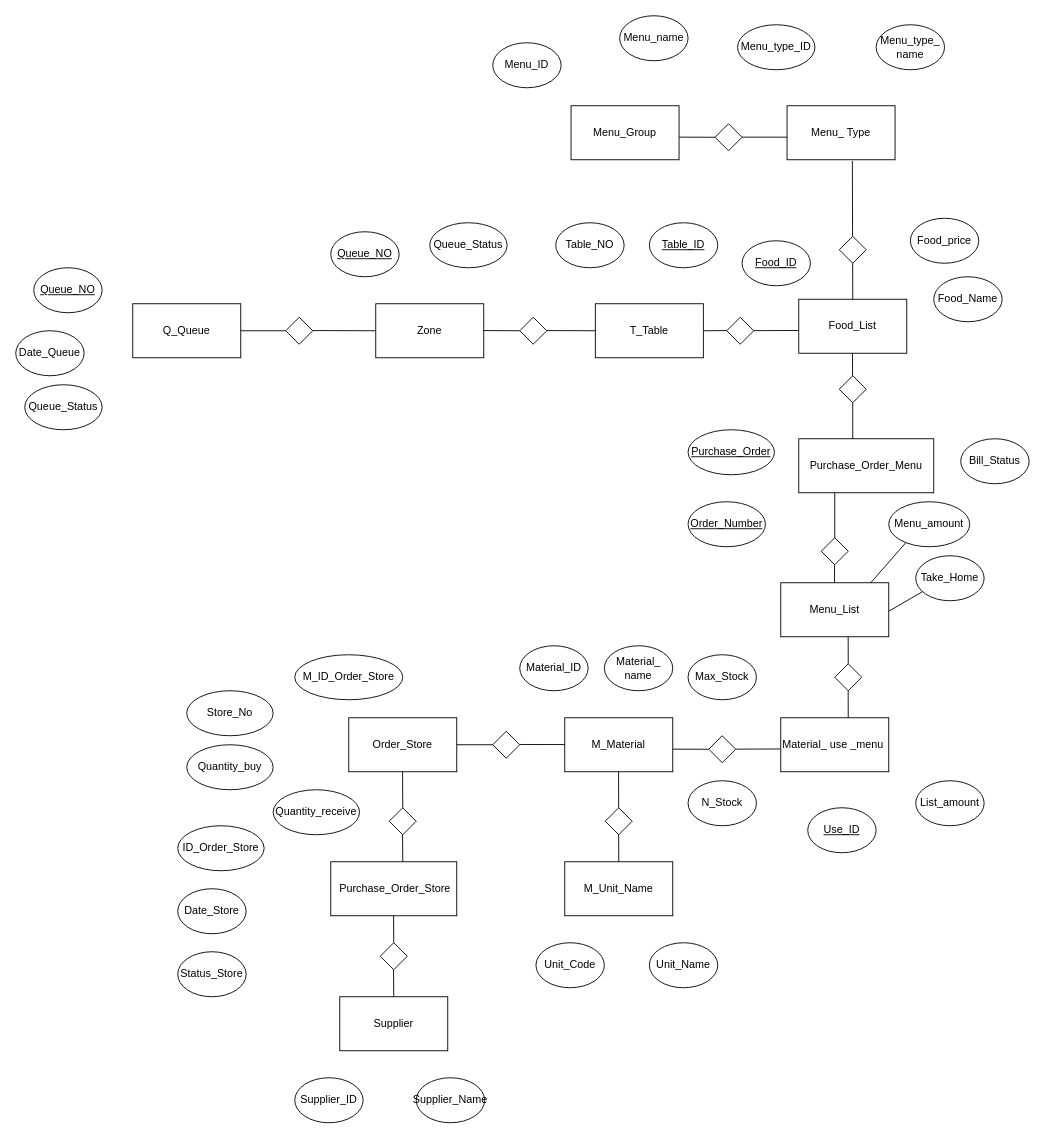
banthitamakjeen/git-workshop keeps this draw.io diagram as ทดสอบ.drawio. Above is the earlier version. Source tidied: cells renumbered, new cells numbered last; positions are measured from the earlier drawing's top-left corner, leaving out a move shared by most shapes. Both pictures are drawn from the tidied source at 90%, with x=0, y=0 at pixel (15, 15).
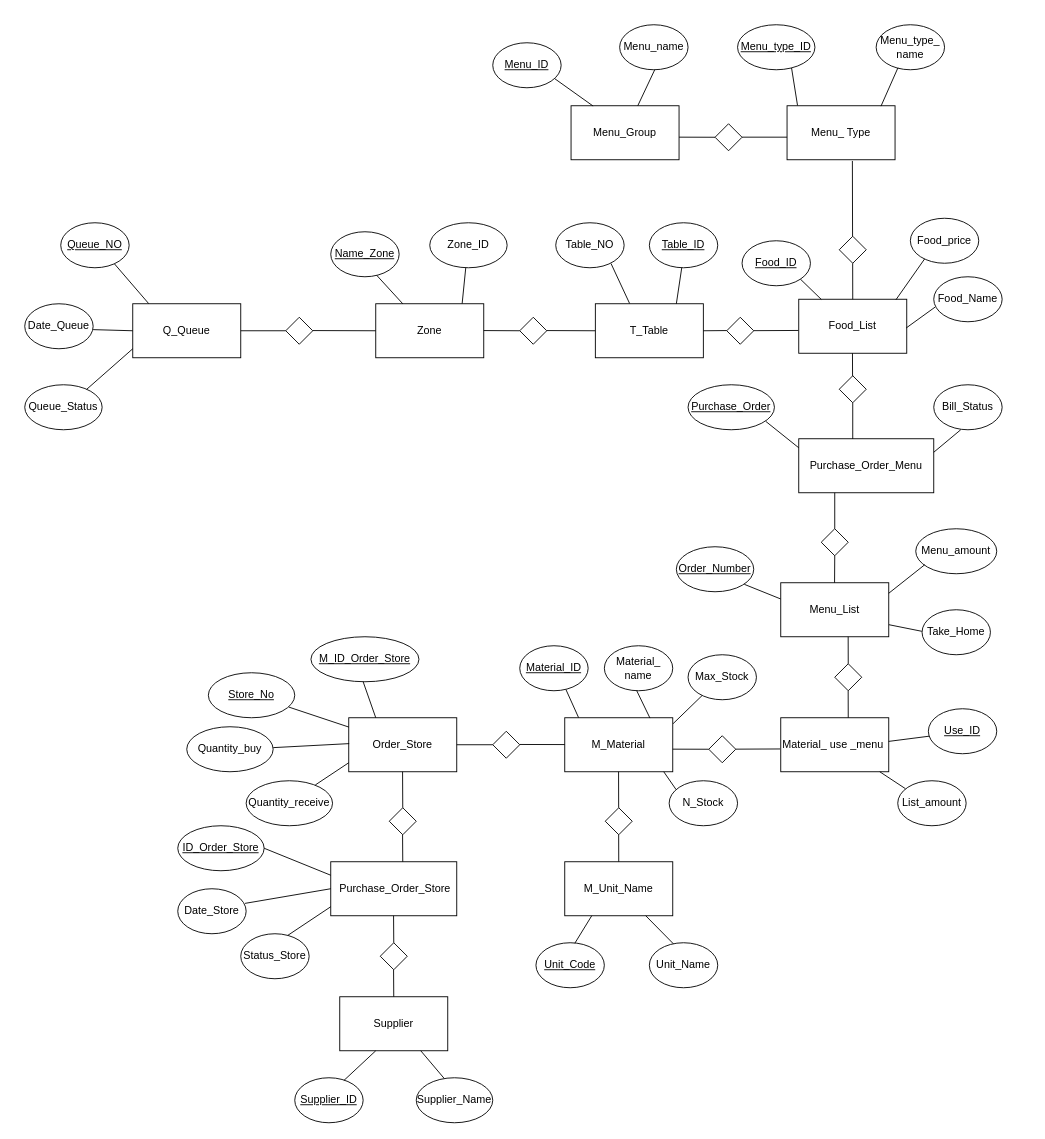
After the change.

Unchanged cells that the change refers to:
```xml
<mxCell id="2" value="Q_Queue" style="rounded=0;whiteSpace=wrap;html=1;" parent="1" vertex="1">
  <mxGeometry x="130" y="320" width="120" height="60" as="geometry" />
</mxCell>
<mxCell id="3" value="T_Table" style="rounded=0;whiteSpace=wrap;html=1;" parent="1" vertex="1">
  <mxGeometry x="644" y="320" width="120" height="60" as="geometry" />
</mxCell>
<mxCell id="4" value="Menu_List" style="rounded=0;whiteSpace=wrap;html=1;" parent="1" vertex="1">
  <mxGeometry x="850" y="630" width="120" height="60" as="geometry" />
</mxCell>
<mxCell id="5" value="Purchase_Order_Menu" style="rounded=0;whiteSpace=wrap;html=1;" parent="1" vertex="1">
  <mxGeometry x="870" y="470" width="150" height="60" as="geometry" />
</mxCell>
<mxCell id="6" value="Food_List" style="rounded=0;whiteSpace=wrap;html=1;" parent="1" vertex="1">
  <mxGeometry x="870" y="315" width="120" height="60" as="geometry" />
</mxCell>
<mxCell id="7" value="Material_ use _menu&amp;nbsp;" style="rounded=0;whiteSpace=wrap;html=1;" parent="1" vertex="1">
  <mxGeometry x="850" y="780" width="120" height="60" as="geometry" />
</mxCell>
<mxCell id="8" value="M_Material" style="rounded=0;whiteSpace=wrap;html=1;" parent="1" vertex="1">
  <mxGeometry x="610" y="780" width="120" height="60" as="geometry" />
</mxCell>
<mxCell id="9" value="Menu_ Type" style="rounded=0;whiteSpace=wrap;html=1;" parent="1" vertex="1">
  <mxGeometry x="857" y="100" width="120" height="60" as="geometry" />
</mxCell>
<mxCell id="10" value="&amp;nbsp;Menu_Group&amp;nbsp;" style="rounded=0;whiteSpace=wrap;html=1;" parent="1" vertex="1">
  <mxGeometry x="617" y="100" width="120" height="60" as="geometry" />
</mxCell>
<mxCell id="12" value="Zone" style="rounded=0;whiteSpace=wrap;html=1;" parent="1" vertex="1">
  <mxGeometry x="400" y="320" width="120" height="60" as="geometry" />
</mxCell>
<mxCell id="13" value="Order_Store" style="rounded=0;whiteSpace=wrap;html=1;" parent="1" vertex="1">
  <mxGeometry x="370" y="780" width="120" height="60" as="geometry" />
</mxCell>
<mxCell id="14" value="&amp;nbsp;Purchase_Order_Store" style="rounded=0;whiteSpace=wrap;html=1;" parent="1" vertex="1">
  <mxGeometry x="350" y="940" width="140" height="60" as="geometry" />
</mxCell>
<mxCell id="15" value="Supplier" style="rounded=0;whiteSpace=wrap;html=1;" parent="1" vertex="1">
  <mxGeometry x="360" y="1090" width="120" height="60" as="geometry" />
</mxCell>
<mxCell id="50" value="Max_Stock" style="ellipse;whiteSpace=wrap;html=1;" parent="1" vertex="1">
  <mxGeometry x="747" y="710" width="76" height="50" as="geometry" />
</mxCell>
<mxCell id="53" value="Unit_Name" style="ellipse;whiteSpace=wrap;html=1;" parent="1" vertex="1">
  <mxGeometry x="704" y="1030" width="76" height="50" as="geometry" />
</mxCell>
<mxCell id="57" value="Date_Store" style="ellipse;whiteSpace=wrap;html=1;" parent="1" vertex="1">
  <mxGeometry x="180" y="970" width="76" height="50" as="geometry" />
</mxCell>
<mxCell id="65" value="Menu_type_&lt;div&gt;name&lt;/div&gt;" style="ellipse;whiteSpace=wrap;html=1;" parent="1" vertex="1">
  <mxGeometry x="956" y="10" width="76" height="50" as="geometry" />
</mxCell>
<mxCell id="67" value="&lt;u&gt;Food_ID&lt;/u&gt;" style="ellipse;whiteSpace=wrap;html=1;" parent="1" vertex="1">
  <mxGeometry x="807" y="250" width="76" height="50" as="geometry" />
</mxCell>
<mxCell id="68" value="Food_Name" style="ellipse;whiteSpace=wrap;html=1;" parent="1" vertex="1">
  <mxGeometry x="1020" y="290" width="76" height="50" as="geometry" />
</mxCell>
<mxCell id="72" value="Queue_Status" style="ellipse;whiteSpace=wrap;html=1;" parent="1" vertex="1">
  <mxGeometry x="10" y="410" width="86" height="50" as="geometry" />
</mxCell>
<mxCell id="77" value="Table_NO" style="ellipse;whiteSpace=wrap;html=1;" parent="1" vertex="1">
  <mxGeometry x="600" y="230" width="76" height="50" as="geometry" />
</mxCell>
```

What changed in the source:
```diff
@@
-    <mxCell id="49" value="Material_ID" style="ellipse;whiteSpace=wrap;html=1;" parent="1" vertex="1">
+    <mxCell id="49" value="&lt;u&gt;Material_ID&lt;/u&gt;" style="ellipse;whiteSpace=wrap;html=1;" parent="1" vertex="1">
       <mxGeometry x="560" y="700" width="76" height="50" as="geometry" />
     </mxCell>
@@
     <mxCell id="51" value="N_Stock" style="ellipse;whiteSpace=wrap;html=1;" parent="1" vertex="1">
-      <mxGeometry x="747" y="850" width="76" height="50" as="geometry" />
+      <mxGeometry x="726" y="850" width="76" height="50" as="geometry" />
     </mxCell>
-    <mxCell id="52" value="Unit_Code" style="ellipse;whiteSpace=wrap;html=1;" parent="1" vertex="1">
+    <mxCell id="52" value="&lt;u&gt;Unit_Code&lt;/u&gt;" style="ellipse;whiteSpace=wrap;html=1;" parent="1" vertex="1">
       <mxGeometry x="578" y="1030" width="76" height="50" as="geometry" />
     </mxCell>
@@
-    <mxCell id="54" value="Supplier_ID" style="ellipse;whiteSpace=wrap;html=1;" parent="1" vertex="1">
+    <mxCell id="54" value="&lt;u&gt;Supplier_ID&lt;/u&gt;" style="ellipse;whiteSpace=wrap;html=1;" parent="1" vertex="1">
       <mxGeometry x="310" y="1180" width="76" height="50" as="geometry" />
     </mxCell>
     <mxCell id="55" value="Supplier_Name" style="ellipse;whiteSpace=wrap;html=1;" parent="1" vertex="1">
-      <mxGeometry x="445" y="1180" width="76" height="50" as="geometry" />
+      <mxGeometry x="445" y="1180" width="85" height="50" as="geometry" />
     </mxCell>
-    <mxCell id="56" value="ID_Order_Store" style="ellipse;whiteSpace=wrap;html=1;" parent="1" vertex="1">
+    <mxCell id="56" value="&lt;u&gt;ID_Order_Store&lt;/u&gt;" style="ellipse;whiteSpace=wrap;html=1;" parent="1" vertex="1">
       <mxGeometry x="180" y="900" width="96" height="50" as="geometry" />
     </mxCell>
@@
     <mxCell id="58" value="Status_Store" style="ellipse;whiteSpace=wrap;html=1;" parent="1" vertex="1">
-      <mxGeometry x="180" y="1040" width="76" height="50" as="geometry" />
+      <mxGeometry x="250" y="1020" width="76" height="50" as="geometry" />
     </mxCell>
-    <mxCell id="59" value="M_ID_Order_Store" style="ellipse;whiteSpace=wrap;html=1;" parent="1" vertex="1">
-      <mxGeometry x="310" y="710" width="120" height="50" as="geometry" />
+    <mxCell id="59" value="&lt;u&gt;M_ID_Order_Store&lt;/u&gt;" style="ellipse;whiteSpace=wrap;html=1;" parent="1" vertex="1">
+      <mxGeometry x="328" y="690" width="120" height="50" as="geometry" />
     </mxCell>
-    <mxCell id="60" value="Store_No" style="ellipse;whiteSpace=wrap;html=1;" parent="1" vertex="1">
-      <mxGeometry x="190" y="750" width="96" height="50" as="geometry" />
+    <mxCell id="60" value="&lt;u&gt;Store_No&lt;/u&gt;" style="ellipse;whiteSpace=wrap;html=1;" parent="1" vertex="1">
+      <mxGeometry x="214" y="730" width="96" height="50" as="geometry" />
     </mxCell>
     <mxCell id="61" value="Quantity_buy" style="ellipse;whiteSpace=wrap;html=1;" parent="1" vertex="1">
-      <mxGeometry x="190" y="810" width="96" height="50" as="geometry" />
+      <mxGeometry x="190" y="790" width="96" height="50" as="geometry" />
     </mxCell>
     <mxCell id="62" value="Quantity_receive" style="ellipse;whiteSpace=wrap;html=1;" parent="1" vertex="1">
-      <mxGeometry x="286" y="860" width="96" height="50" as="geometry" />
+      <mxGeometry x="256" y="850" width="96" height="50" as="geometry" />
     </mxCell>
-    <mxCell id="63" value="Menu_ID" style="ellipse;whiteSpace=wrap;html=1;" parent="1" vertex="1">
+    <mxCell id="63" value="&lt;u&gt;Menu_ID&lt;/u&gt;" style="ellipse;whiteSpace=wrap;html=1;" parent="1" vertex="1">
       <mxGeometry x="530" y="30" width="76" height="50" as="geometry" />
     </mxCell>
     <mxCell id="64" value="Menu_name" style="ellipse;whiteSpace=wrap;html=1;" parent="1" vertex="1">
-      <mxGeometry x="671" width="76" height="50" as="geometry" />
+      <mxGeometry x="671" y="10" width="76" height="50" as="geometry" />
     </mxCell>
@@
-    <mxCell id="66" value="Menu_type_ID" style="ellipse;whiteSpace=wrap;html=1;" parent="1" vertex="1">
+    <mxCell id="66" value="&lt;u&gt;Menu_type_ID&lt;/u&gt;" style="ellipse;whiteSpace=wrap;html=1;" parent="1" vertex="1">
       <mxGeometry x="802" y="10" width="86" height="50" as="geometry" />
     </mxCell>
@@
     <mxCell id="70" value="&lt;u&gt;Use_ID&lt;/u&gt;" style="ellipse;whiteSpace=wrap;html=1;" parent="1" vertex="1">
-      <mxGeometry x="880" y="880" width="76" height="50" as="geometry" />
+      <mxGeometry x="1014" y="770" width="76" height="50" as="geometry" />
     </mxCell>
     <mxCell id="71" value="List_amount" style="ellipse;whiteSpace=wrap;html=1;" parent="1" vertex="1">
-      <mxGeometry x="1000" y="850" width="76" height="50" as="geometry" />
+      <mxGeometry x="980" y="850" width="76" height="50" as="geometry" />
     </mxCell>
@@
     <mxCell id="73" value="Date_Queue" style="ellipse;whiteSpace=wrap;html=1;" parent="1" vertex="1">
-      <mxGeometry y="350" width="76" height="50" as="geometry" />
+      <mxGeometry x="10" y="320" width="76" height="50" as="geometry" />
     </mxCell>
     <mxCell id="74" value="&lt;u&gt;Queue_NO&lt;/u&gt;" style="ellipse;whiteSpace=wrap;html=1;" parent="1" vertex="1">
-      <mxGeometry x="20" y="280" width="76" height="50" as="geometry" />
+      <mxGeometry x="50" y="230" width="76" height="50" as="geometry" />
     </mxCell>
-    <mxCell id="75" value="&lt;u&gt;Queue_NO&lt;/u&gt;" style="ellipse;whiteSpace=wrap;html=1;" parent="1" vertex="1">
+    <mxCell id="75" value="&lt;u&gt;Name_Zone&lt;/u&gt;" style="ellipse;whiteSpace=wrap;html=1;" parent="1" vertex="1">
       <mxGeometry x="350" y="240" width="76" height="50" as="geometry" />
     </mxCell>
-    <mxCell id="76" value="Queue_Status" style="ellipse;whiteSpace=wrap;html=1;" parent="1" vertex="1">
+    <mxCell id="76" value="Zone_ID" style="ellipse;whiteSpace=wrap;html=1;" parent="1" vertex="1">
       <mxGeometry x="460" y="230" width="86" height="50" as="geometry" />
     </mxCell>
@@
     <mxCell id="79" value="Bill_Status" style="ellipse;whiteSpace=wrap;html=1;" parent="1" vertex="1">
-      <mxGeometry x="1050" y="470" width="76" height="50" as="geometry" />
+      <mxGeometry x="1020" y="410" width="76" height="50" as="geometry" />
     </mxCell>
     <mxCell id="80" value="&lt;u&gt;Purchase_Order&lt;/u&gt;" style="ellipse;whiteSpace=wrap;html=1;" parent="1" vertex="1">
-      <mxGeometry x="747" y="460" width="96" height="50" as="geometry" />
+      <mxGeometry x="747" y="410" width="96" height="50" as="geometry" />
     </mxCell>
     <mxCell id="81" value="&lt;u&gt;Order_Number&lt;/u&gt;" style="ellipse;whiteSpace=wrap;html=1;" parent="1" vertex="1">
-      <mxGeometry x="747" y="540" width="86" height="50" as="geometry" />
+      <mxGeometry x="734" y="590" width="86" height="50" as="geometry" />
     </mxCell>
     <mxCell id="82" value="Menu_amount" style="ellipse;whiteSpace=wrap;html=1;" parent="1" vertex="1">
-      <mxGeometry x="970" y="540" width="90" height="50" as="geometry" />
+      <mxGeometry x="1000" y="570" width="90" height="50" as="geometry" />
     </mxCell>
     <mxCell id="83" value="Take_Home" style="ellipse;whiteSpace=wrap;html=1;" parent="1" vertex="1">
-      <mxGeometry x="1000" y="600" width="76" height="50" as="geometry" />
+      <mxGeometry x="1007" y="660" width="76" height="50" as="geometry" />
     </mxCell>
@@
     <mxCell id="85" style="rhombus;whiteSpace=wrap;html=1;" parent="1" vertex="1">
-      <mxGeometry x="895" y="580" width="30" height="30" as="geometry" />
+      <mxGeometry x="895" y="570" width="30" height="30" as="geometry" />
     </mxCell>
     <mxCell id="86" style="endArrow=none;html=1;rounded=0;" parent="1" edge="1">
       <mxGeometry relative="1" as="geometry">
-        <mxPoint x="910" y="580" as="sourcePoint" />
+        <mxPoint x="910" y="570" as="sourcePoint" />
         <mxPoint x="910" y="530" as="targetPoint" />
       </mxGeometry>
     </mxCell>
-    <mxCell id="87" style="endArrow=none;html=1;rounded=0;" parent="1" edge="1">
+    <mxCell id="87" style="endArrow=none;html=1;rounded=0;entryX=0.5;entryY=1;entryDx=0;entryDy=0;" parent="1" edge="1" target="85">
       <mxGeometry relative="1" as="geometry">
         <mxPoint x="909.8" y="630" as="sourcePoint" />
-        <mxPoint x="909.7" y="610" as="targetPoint" />
       </mxGeometry>
     </mxCell>
@@
-    <mxCell id="91" style="endArrow=none;html=1;rounded=0;entryX=0.211;entryY=0.91;entryDx=0;entryDy=0;entryPerimeter=0;" parent="1" edge="1" target="82">
-      <mxGeometry relative="1" as="geometry">
-        <mxPoint x="950" y="630" as="sourcePoint" />
-      </mxGeometry>
-    </mxCell>
-    <mxCell id="92" style="endArrow=none;html=1;rounded=0;exitX=1.022;exitY=0.527;exitDx=0;exitDy=0;exitPerimeter=0;" parent="1" edge="1">
-      <mxGeometry relative="1" as="geometry">
-        <mxPoint x="970" y="661.6" as="sourcePoint" />
-        <mxPoint x="1007.4" y="640" as="targetPoint" />
-      </mxGeometry>
-    </mxCell>
+    <mxCell id="93" style="endArrow=none;html=1;rounded=0;exitX=0.87;exitY=0.007;exitDx=0;exitDy=0;exitPerimeter=0;entryX=0.319;entryY=0.956;entryDx=0;entryDy=0;entryPerimeter=0;" parent="1" edge="1" source="9" target="65">
+      <mxGeometry relative="1" as="geometry" />
+    </mxCell>
+    <mxCell id="94" style="endArrow=none;html=1;rounded=0;exitX=0.097;exitY=-0.006;exitDx=0;exitDy=0;exitPerimeter=0;entryX=0.319;entryY=0.956;entryDx=0;entryDy=0;entryPerimeter=0;" parent="1" edge="1" source="9">
+      <mxGeometry relative="1" as="geometry">
+        <mxPoint x="862" y="58" as="targetPoint" />
+      </mxGeometry>
+    </mxCell>
+    <mxCell id="95" style="endArrow=none;html=1;rounded=0;exitX=0.209;exitY=0.003;exitDx=0;exitDy=0;exitPerimeter=0;entryX=1;entryY=1;entryDx=0;entryDy=0;" parent="1" edge="1" source="6" target="67">
+      <mxGeometry relative="1" as="geometry" />
+    </mxCell>
+    <mxCell id="96" style="endArrow=none;html=1;rounded=0;exitX=0.9;exitY=0.009;exitDx=0;exitDy=0;exitPerimeter=0;" parent="1" edge="1" source="6">
+      <mxGeometry relative="1" as="geometry">
+        <mxPoint x="1010" y="270" as="targetPoint" />
+      </mxGeometry>
+    </mxCell>
+    <mxCell id="97" style="endArrow=none;html=1;rounded=0;entryX=0.02;entryY=0.674;entryDx=0;entryDy=0;entryPerimeter=0;exitX=0.995;exitY=0.532;exitDx=0;exitDy=0;exitPerimeter=0;" parent="1" edge="1" source="6" target="68">
+      <mxGeometry relative="1" as="geometry" />
+    </mxCell>
+    <mxCell id="98" style="endArrow=none;html=1;rounded=0;exitX=0.128;exitY=-0.003;exitDx=0;exitDy=0;exitPerimeter=0;entryX=0.676;entryY=0.976;entryDx=0;entryDy=0;entryPerimeter=0;" parent="1" edge="1" source="8" target="49">
+      <mxGeometry relative="1" as="geometry" />
+    </mxCell>
+    <mxCell id="99" style="endArrow=none;html=1;rounded=0;exitX=0.789;exitY=0.006;exitDx=0;exitDy=0;exitPerimeter=0;entryX=0.676;entryY=0.976;entryDx=0;entryDy=0;entryPerimeter=0;" parent="1" edge="1" source="8">
+      <mxGeometry relative="1" as="geometry">
+        <mxPoint x="690" y="750" as="targetPoint" />
+      </mxGeometry>
+    </mxCell>
+    <mxCell id="100" style="endArrow=none;html=1;rounded=0;entryX=0.205;entryY=0.907;entryDx=0;entryDy=0;entryPerimeter=0;exitX=1.003;exitY=0.11;exitDx=0;exitDy=0;exitPerimeter=0;" parent="1" edge="1" source="8" target="50">
+      <mxGeometry relative="1" as="geometry" />
+    </mxCell>
+    <mxCell id="101" style="endArrow=none;html=1;rounded=0;exitX=0.8;exitY=-0.003;exitDx=0;exitDy=0;exitPerimeter=0;" parent="1" edge="1" source="12">
+      <mxGeometry relative="1" as="geometry">
+        <mxPoint x="500" y="280" as="targetPoint" />
+      </mxGeometry>
+    </mxCell>
+    <mxCell id="102" style="endArrow=none;html=1;rounded=0;exitX=0.25;exitY=0;exitDx=0;exitDy=0;entryX=0.673;entryY=0.97;entryDx=0;entryDy=0;entryPerimeter=0;" parent="1" edge="1" source="12" target="75">
+      <mxGeometry relative="1" as="geometry" />
+    </mxCell>
+    <mxCell id="103" style="endArrow=none;html=1;rounded=0;exitX=0.75;exitY=0;exitDx=0;exitDy=0;" parent="1" edge="1" source="3">
+      <mxGeometry relative="1" as="geometry">
+        <mxPoint x="740" y="280" as="targetPoint" />
+      </mxGeometry>
+    </mxCell>
+    <mxCell id="104" style="endArrow=none;html=1;rounded=0;exitX=0.317;exitY=-0.006;exitDx=0;exitDy=0;exitPerimeter=0;entryX=0.808;entryY=0.906;entryDx=0;entryDy=0;entryPerimeter=0;" parent="1" edge="1" source="3" target="77">
+      <mxGeometry relative="1" as="geometry" />
+    </mxCell>
+    <mxCell id="105" style="endArrow=none;html=1;rounded=0;entryX=0.787;entryY=0.917;entryDx=0;entryDy=0;entryPerimeter=0;exitX=0.148;exitY=-0.002;exitDx=0;exitDy=0;exitPerimeter=0;" parent="1" edge="1" source="2" target="74">
+      <mxGeometry relative="1" as="geometry" />
+    </mxCell>
+    <mxCell id="106" style="endArrow=none;html=1;rounded=0;exitX=0.999;exitY=0.575;exitDx=0;exitDy=0;exitPerimeter=0;" parent="1" edge="1" source="73">
+      <mxGeometry relative="1" as="geometry">
+        <mxPoint x="130" y="350" as="targetPoint" />
+      </mxGeometry>
+    </mxCell>
+    <mxCell id="107" style="endArrow=none;html=1;rounded=0;exitX=0.8;exitY=0.102;exitDx=0;exitDy=0;exitPerimeter=0;" parent="1" edge="1" source="72">
+      <mxGeometry relative="1" as="geometry">
+        <mxPoint x="130" y="370" as="targetPoint" />
+      </mxGeometry>
+    </mxCell>
+    <mxCell id="108" style="endArrow=none;html=1;rounded=0;" parent="1" edge="1" source="10">
+      <mxGeometry relative="1" as="geometry">
+        <mxPoint x="710" y="60" as="targetPoint" />
+      </mxGeometry>
+    </mxCell>
+    <mxCell id="109" style="endArrow=none;html=1;rounded=0;exitX=0.204;exitY=0.005;exitDx=0;exitDy=0;exitPerimeter=0;" parent="1" edge="1" source="10">
+      <mxGeometry relative="1" as="geometry">
+        <mxPoint x="599" y="70" as="targetPoint" />
+      </mxGeometry>
+    </mxCell>
+    <mxCell id="110" style="endArrow=none;html=1;rounded=0;entryX=0.899;entryY=0.813;entryDx=0;entryDy=0;entryPerimeter=0;exitX=0;exitY=0.167;exitDx=0;exitDy=0;exitPerimeter=0;" parent="1" edge="1" source="5" target="80">
+      <mxGeometry relative="1" as="geometry" />
+    </mxCell>
+    <mxCell id="111" style="endArrow=none;html=1;rounded=0;exitX=1;exitY=0.25;exitDx=0;exitDy=0;" parent="1" edge="1" source="5">
+      <mxGeometry relative="1" as="geometry">
+        <mxPoint x="1050" y="460" as="targetPoint" />
+      </mxGeometry>
+    </mxCell>
+    <mxCell id="112" style="endArrow=none;html=1;rounded=0;exitX=-0.001;exitY=0.3;exitDx=0;exitDy=0;exitPerimeter=0;entryX=0.878;entryY=0.835;entryDx=0;entryDy=0;entryPerimeter=0;" parent="1" edge="1" source="4" target="81">
+      <mxGeometry relative="1" as="geometry" />
+    </mxCell>
+    <mxCell id="113" style="endArrow=none;html=1;rounded=0;exitX=1;exitY=0.195;exitDx=0;exitDy=0;exitPerimeter=0;" parent="1" edge="1" source="4">
+      <mxGeometry relative="1" as="geometry">
+        <mxPoint x="1010" y="610" as="targetPoint" />
+      </mxGeometry>
+    </mxCell>
+    <mxCell id="114" style="endArrow=none;html=1;rounded=0;exitX=1.002;exitY=0.777;exitDx=0;exitDy=0;exitPerimeter=0;entryX=-0.003;entryY=0.479;entryDx=0;entryDy=0;entryPerimeter=0;" parent="1" edge="1" source="4" target="83">
+      <mxGeometry relative="1" as="geometry" />
+    </mxCell>
+    <mxCell id="115" style="endArrow=none;html=1;rounded=0;entryX=0.018;entryY=0.609;entryDx=0;entryDy=0;entryPerimeter=0;exitX=0.999;exitY=0.438;exitDx=0;exitDy=0;exitPerimeter=0;" parent="1" edge="1" source="7" target="70">
+      <mxGeometry relative="1" as="geometry" />
+    </mxCell>
+    <mxCell id="116" style="endArrow=none;html=1;rounded=0;exitX=0.112;exitY=0.176;exitDx=0;exitDy=0;exitPerimeter=0;" parent="1" edge="1" source="71">
+      <mxGeometry relative="1" as="geometry">
+        <mxPoint x="960" y="840" as="targetPoint" />
+      </mxGeometry>
+    </mxCell>
+    <mxCell id="117" style="endArrow=none;html=1;rounded=0;exitX=0.1;exitY=0.193;exitDx=0;exitDy=0;exitPerimeter=0;" parent="1" edge="1" source="51">
+      <mxGeometry relative="1" as="geometry">
+        <mxPoint x="720" y="840" as="targetPoint" />
+      </mxGeometry>
+    </mxCell>
+    <mxCell id="118" style="endArrow=none;html=1;rounded=0;exitX=0.569;exitY=0.01;exitDx=0;exitDy=0;exitPerimeter=0;" parent="1" edge="1" source="52">
+      <mxGeometry relative="1" as="geometry">
+        <mxPoint x="640" y="1000" as="targetPoint" />
+      </mxGeometry>
+    </mxCell>
+    <mxCell id="119" style="endArrow=none;html=1;rounded=0;exitX=0.352;exitY=0.024;exitDx=0;exitDy=0;exitPerimeter=0;" parent="1" edge="1" source="53">
+      <mxGeometry relative="1" as="geometry">
+        <mxPoint x="700" y="1000" as="targetPoint" />
+      </mxGeometry>
+    </mxCell>
+    <mxCell id="120" style="endArrow=none;html=1;rounded=0;exitX=0.25;exitY=0;exitDx=0;exitDy=0;" parent="1" edge="1" source="13">
+      <mxGeometry relative="1" as="geometry">
+        <mxPoint x="386" y="740" as="targetPoint" />
+      </mxGeometry>
+    </mxCell>
+    <mxCell id="121" style="endArrow=none;html=1;rounded=0;entryX=0.001;entryY=0.173;entryDx=0;entryDy=0;entryPerimeter=0;exitX=0.93;exitY=0.762;exitDx=0;exitDy=0;exitPerimeter=0;" parent="1" edge="1" source="60" target="13">
+      <mxGeometry relative="1" as="geometry" />
+    </mxCell>
+    <mxCell id="122" style="endArrow=none;html=1;rounded=0;entryX=0.004;entryY=0.479;entryDx=0;entryDy=0;entryPerimeter=0;exitX=1.001;exitY=0.464;exitDx=0;exitDy=0;exitPerimeter=0;" parent="1" edge="1" source="61" target="13">
+      <mxGeometry relative="1" as="geometry" />
+    </mxCell>
+    <mxCell id="123" style="endArrow=none;html=1;rounded=0;exitX=0.8;exitY=0.094;exitDx=0;exitDy=0;exitPerimeter=0;" parent="1" edge="1" source="62">
+      <mxGeometry relative="1" as="geometry">
+        <mxPoint x="370" y="830" as="targetPoint" />
+      </mxGeometry>
+    </mxCell>
+    <mxCell id="124" style="endArrow=none;html=1;rounded=0;exitX=1;exitY=0.5;exitDx=0;exitDy=0;entryX=0;entryY=0.25;entryDx=0;entryDy=0;" parent="1" edge="1" source="56" target="14">
+      <mxGeometry relative="1" as="geometry" />
+    </mxCell>
+    <mxCell id="125" style="endArrow=none;html=1;rounded=0;exitX=0.984;exitY=0.325;exitDx=0;exitDy=0;exitPerimeter=0;" parent="1" edge="1" source="57">
+      <mxGeometry relative="1" as="geometry">
+        <mxPoint x="350" y="970" as="targetPoint" />
+      </mxGeometry>
+    </mxCell>
+    <mxCell id="126" style="endArrow=none;html=1;rounded=0;exitX=0.688;exitY=0.036;exitDx=0;exitDy=0;exitPerimeter=0;" parent="1" edge="1" source="58">
+      <mxGeometry relative="1" as="geometry">
+        <mxPoint x="350" y="990" as="targetPoint" />
+      </mxGeometry>
+    </mxCell>
+    <mxCell id="127" style="endArrow=none;html=1;rounded=0;exitX=0.719;exitY=0.06;exitDx=0;exitDy=0;exitPerimeter=0;" parent="1" edge="1" source="54">
+      <mxGeometry relative="1" as="geometry">
+        <mxPoint x="400" y="1150" as="targetPoint" />
+      </mxGeometry>
+    </mxCell>
+    <mxCell id="128" style="endArrow=none;html=1;rounded=0;entryX=0.75;entryY=1;entryDx=0;entryDy=0;exitX=0.364;exitY=0.013;exitDx=0;exitDy=0;exitPerimeter=0;" parent="1" edge="1" source="55" target="15">
+      <mxGeometry relative="1" as="geometry" />
+    </mxCell>
```
